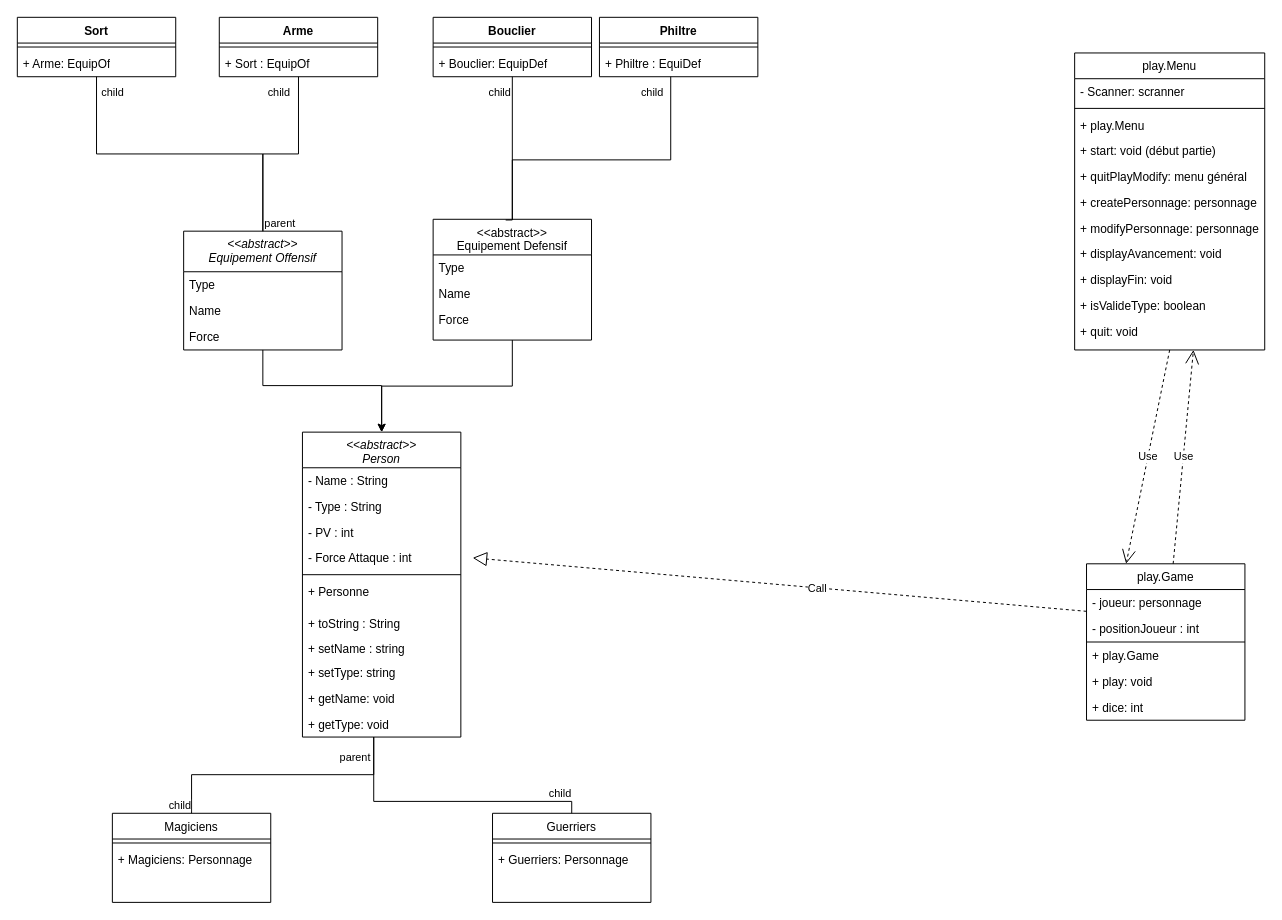
Before: Diagramme sans nom.drawio in Riquet-C/Donjon-Dragons, a draw.io diagram. Source tidied: cells renumbered, new cells numbered last; positions are measured from the earlier drawing's top-left corner, leaving out a move shared by most shapes. Both pictures are drawn from the tidied source at 99%, with x=0, y=0 at pixel (17, 17).
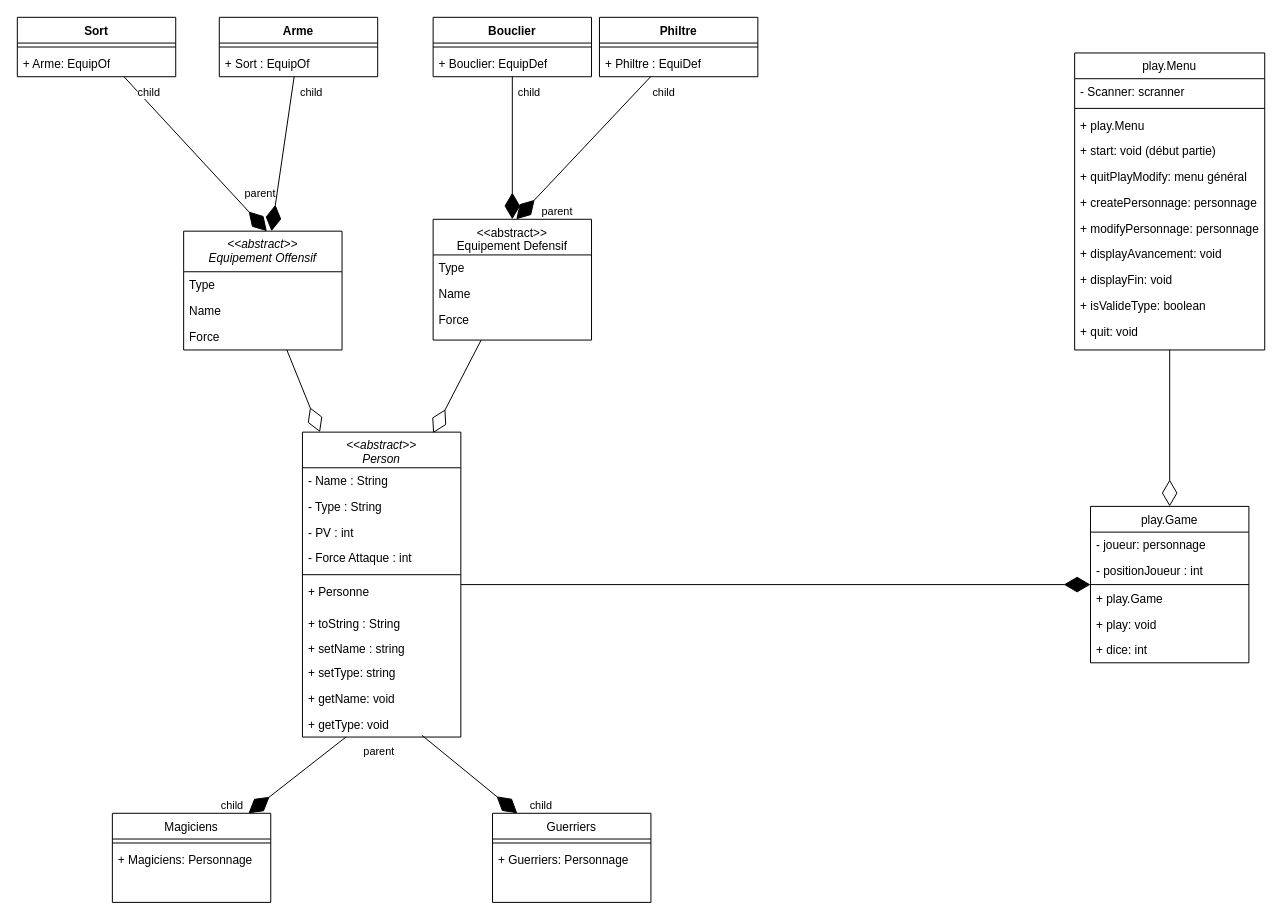
After the change.

Commit message:
Mettre à jour Diagramme sans nom.drawio

The change refers to these unchanged cells:
```xml
<mxCell id="2" value="&lt;&lt;abstract&gt;&gt;&#10;Person" style="swimlane;fontStyle=2;align=center;verticalAlign=top;horizontal=1;startSize=36;rounded=0;shadow=0;strokeWidth=1;" parent="1" vertex="1">
  <mxGeometry x="288" y="419" width="160" height="308" as="geometry" />
</mxCell>
<mxCell id="13" value="+ getType: void" style="text;align=left;verticalAlign=top;spacingLeft=4;spacingRight=4;overflow=hidden;points=[[0,0.5],[1,0.5]];portConstraint=eastwest;" parent="2" vertex="1">
  <mxGeometry y="282" width="160" height="26" as="geometry" />
</mxCell>
<mxCell id="14" value="Magiciens" style="swimlane;fontStyle=0;align=center;verticalAlign=top;horizontal=1;startSize=26;rounded=0;shadow=0;strokeWidth=1;" parent="1" vertex="1">
  <mxGeometry x="96" y="804" width="160" height="90" as="geometry" />
</mxCell>
<mxCell id="17" value="Guerriers" style="swimlane;fontStyle=0;align=center;verticalAlign=top;horizontal=1;startSize=26;rounded=0;shadow=0;strokeWidth=1;" parent="1" vertex="1">
  <mxGeometry x="480" y="804" width="160" height="90" as="geometry" />
</mxCell>
<mxCell id="20" value="&lt;&lt;abstract&gt;&gt;&#10;Equipement Offensif" style="swimlane;fontStyle=2;align=center;verticalAlign=top;horizontal=1;startSize=41;rounded=0;shadow=0;strokeWidth=1;swimlaneLine=1;fillStyle=auto;" parent="1" vertex="1">
  <mxGeometry x="168" y="216" width="160" height="120" as="geometry" />
</mxCell>
<mxCell id="25" value="&lt;&lt;abstract&gt;&gt;&#10;Equipement Defensif" style="swimlane;fontStyle=0;align=center;verticalAlign=top;horizontal=1;startSize=36;rounded=0;shadow=0;strokeWidth=1;" parent="1" vertex="1">
  <mxGeometry x="420" y="204" width="160" height="122" as="geometry" />
</mxCell>
<mxCell id="29" value="play.Menu" style="swimlane;fontStyle=0;align=center;verticalAlign=top;horizontal=1;startSize=26;rounded=0;shadow=0;strokeWidth=1;" parent="1" vertex="1">
  <mxGeometry x="1068" y="36" width="192" height="300" as="geometry" />
</mxCell>
<mxCell id="42" value="- joueur: personnage" style="text;align=left;verticalAlign=top;spacingLeft=4;spacingRight=4;overflow=hidden;points=[[0,0.5],[1,0.5]];portConstraint=eastwest;" parent="41" vertex="1">
  <mxGeometry y="26" width="160" height="26" as="geometry" />
</mxCell>
<mxCell id="48" value="Arme" style="swimlane;fontStyle=1;align=center;verticalAlign=top;horizontal=1;startSize=26;whiteSpace=wrap;html=1;" parent="1" vertex="1">
  <mxGeometry x="204" width="160" height="60" as="geometry" />
</mxCell>
<mxCell id="51" value="Sort" style="swimlane;fontStyle=1;align=center;verticalAlign=top;horizontal=1;startSize=26;whiteSpace=wrap;html=1;" parent="1" vertex="1">
  <mxGeometry width="160" height="60" as="geometry" />
</mxCell>
<mxCell id="54" value="Philtre" style="swimlane;fontStyle=1;align=center;verticalAlign=top;horizontal=1;startSize=26;whiteSpace=wrap;html=1;" parent="1" vertex="1">
  <mxGeometry x="588" width="160" height="60" as="geometry" />
</mxCell>
<mxCell id="57" value="Bouclier" style="swimlane;fontStyle=1;align=center;verticalAlign=top;horizontal=1;startSize=26;whiteSpace=wrap;html=1;" parent="1" vertex="1">
  <mxGeometry x="420" width="160" height="60" as="geometry" />
</mxCell>
```

The edit, as a diff of the source:
```diff
@@
-    <mxCell id="24" style="edgeStyle=orthogonalEdgeStyle;rounded=0;jettySize=auto;html=1;entryX=0.5;entryY=0;entryDx=0;entryDy=0;" parent="1" edge="1" source="25" target="2">
-      <mxGeometry relative="1" as="geometry" />
-    </mxCell>
@@
     <mxCell id="41" value="play.Game" style="swimlane;fontStyle=0;align=center;verticalAlign=top;horizontal=1;startSize=26;rounded=0;shadow=0;strokeWidth=1;" parent="1" vertex="1">
-      <mxGeometry x="1080" y="552" width="160" height="158" as="geometry" />
+      <mxGeometry x="1084" y="494" width="160" height="158" as="geometry" />
     </mxCell>
@@
-    <mxCell id="60" style="endArrow=none;html=1;edgeStyle=orthogonalEdgeStyle;rounded=0;exitX=0.458;exitY=0.006;exitDx=0;exitDy=0;exitPerimeter=0;" parent="1" edge="1" source="25" target="57">
-      <mxGeometry relative="1" as="geometry">
-        <Array as="points">
-          <mxPoint x="500" y="205" />
-        </Array>
-      </mxGeometry>
-    </mxCell>
-    <mxCell id="61" value="child" style="edgeLabel;html=1;align=right;verticalAlign=bottom;" parent="60" vertex="1">
-      <mxGeometry x="1" relative="1" as="geometry">
-        <mxPoint x="-1" y="24" as="offset" />
-      </mxGeometry>
-    </mxCell>
+    <mxCell id="79" style="endArrow=diamondThin;endFill=1;endSize=24;html=1;rounded=0;" parent="1" edge="1" source="2" target="41">
+      <mxGeometry relative="1" as="geometry" />
+    </mxCell>
+    <mxCell id="75" style="endArrow=diamondThin;endFill=0;endSize=24;html=1;rounded=0;entryX=0.5;entryY=0;entryDx=0;entryDy=0;" parent="1" edge="1" source="29" target="41">
+      <mxGeometry relative="1" as="geometry" />
+    </mxCell>
-    <mxCell id="62" style="edgeStyle=orthogonalEdgeStyle;rounded=0;jettySize=auto;html=1;entryX=0.5;entryY=0;entryDx=0;entryDy=0;exitX=0.5;exitY=1;exitDx=0;exitDy=0;" parent="1" edge="1" source="20" target="2">
-      <mxGeometry relative="1" as="geometry">
-        <Array as="points">
-          <mxPoint x="248" y="372" />
-          <mxPoint x="368" y="372" />
-        </Array>
-      </mxGeometry>
+    <mxCell id="62" style="endArrow=diamondThin;endFill=0;endSize=24;html=1;rounded=0;" parent="1" edge="1" source="20" target="2">
+      <mxGeometry relative="1" as="geometry" />
     </mxCell>
-    <mxCell id="63" style="endArrow=none;html=1;edgeStyle=orthogonalEdgeStyle;rounded=0;" parent="1" edge="1" source="25" target="54">
-      <mxGeometry relative="1" as="geometry">
-        <Array as="points">
-          <mxPoint x="500" y="144" />
-          <mxPoint x="660" y="144" />
-        </Array>
-      </mxGeometry>
-    </mxCell>
-    <mxCell id="64" value="child" style="edgeLabel;html=1;align=right;verticalAlign=bottom;" parent="63" vertex="1">
-      <mxGeometry x="1" relative="1" as="geometry">
-        <mxPoint x="-7" y="24" as="offset" />
-      </mxGeometry>
-    </mxCell>
-    <mxCell id="65" style="endArrow=none;html=1;edgeStyle=orthogonalEdgeStyle;rounded=0;exitX=0.5;exitY=0;exitDx=0;exitDy=0;" parent="1" edge="1" source="20" target="51">
-      <mxGeometry relative="1" as="geometry" />
-    </mxCell>
-    <mxCell id="66" value="parent" style="edgeLabel;html=1;align=left;verticalAlign=bottom;" parent="65" vertex="1">
-      <mxGeometry x="-1" relative="1" as="geometry" />
-    </mxCell>
-    <mxCell id="67" value="child" style="edgeLabel;html=1;align=right;verticalAlign=bottom;" parent="65" vertex="1">
-      <mxGeometry x="1" relative="1" as="geometry">
-        <mxPoint x="28" y="24" as="offset" />
-      </mxGeometry>
-    </mxCell>
-    <mxCell id="68" style="endArrow=none;html=1;edgeStyle=orthogonalEdgeStyle;rounded=0;exitX=0.5;exitY=0;exitDx=0;exitDy=0;" parent="1" edge="1" source="20" target="48">
-      <mxGeometry relative="1" as="geometry" />
-    </mxCell>
-    <mxCell id="69" value="child" style="edgeLabel;html=1;align=right;verticalAlign=bottom;" parent="68" vertex="1">
-      <mxGeometry x="1" relative="1" as="geometry">
-        <mxPoint x="-8" y="24" as="offset" />
-      </mxGeometry>
-    </mxCell>
-    <mxCell id="70" style="endArrow=none;html=1;edgeStyle=orthogonalEdgeStyle;rounded=0;" parent="1" edge="1" source="2" target="17">
-      <mxGeometry relative="1" as="geometry">
-        <Array as="points">
-          <mxPoint x="360" y="792" />
-          <mxPoint x="560" y="792" />
-        </Array>
-      </mxGeometry>
-    </mxCell>
-    <mxCell id="71" value="child" style="edgeLabel;html=1;align=right;verticalAlign=bottom;" parent="70" vertex="1">
-      <mxGeometry x="1" relative="1" as="geometry">
-        <mxPoint y="-12" as="offset" />
-      </mxGeometry>
-    </mxCell>
+    <mxCell id="24" style="endArrow=diamondThin;endFill=0;endSize=24;html=1;rounded=0;entryX=0.825;entryY=0.003;entryDx=0;entryDy=0;entryPerimeter=0;" parent="1" edge="1" source="25" target="2">
+      <mxGeometry relative="1" as="geometry" />
+    </mxCell>
+    <mxCell id="80" value="parent" style="edgeLabel;html=1;align=left;verticalAlign=bottom;" parent="1" vertex="1">
+      <mxGeometry x="528" y="204" as="geometry" />
+    </mxCell>
+    <mxCell id="81" style="endArrow=diamondThin;endFill=1;endSize=24;html=1;rounded=0;entryX=0.5;entryY=0;entryDx=0;entryDy=0;" parent="1" edge="1" source="57" target="25">
+      <mxGeometry relative="1" as="geometry" />
+    </mxCell>
+    <mxCell id="82" style="endArrow=diamondThin;endFill=1;endSize=24;html=1;rounded=0;" parent="1" edge="1" source="54">
+      <mxGeometry relative="1" as="geometry">
+        <mxPoint x="504" y="204" as="targetPoint" />
+      </mxGeometry>
+    </mxCell>
+    <mxCell id="83" value="child" style="edgeLabel;html=1;align=left;verticalAlign=bottom;" parent="1" vertex="1">
+      <mxGeometry x="640" y="84" as="geometry" />
+    </mxCell>
+    <mxCell id="84" value="child" style="edgeLabel;html=1;align=left;verticalAlign=bottom;" parent="1" vertex="1">
+      <mxGeometry x="504" y="84" as="geometry" />
+    </mxCell>
+    <mxCell id="85" style="endArrow=diamondThin;endFill=1;endSize=24;html=1;rounded=0;" parent="1" edge="1" source="48" target="20">
+      <mxGeometry relative="1" as="geometry" />
+    </mxCell>
+    <mxCell id="86" style="endArrow=diamondThin;endFill=1;endSize=24;html=1;rounded=0;entryX=0.525;entryY=0;entryDx=0;entryDy=0;entryPerimeter=0;" parent="1" edge="1" source="51" target="20">
+      <mxGeometry relative="1" as="geometry" />
+    </mxCell>
+    <mxCell id="87" value="child" style="edgeLabel;html=1;align=left;verticalAlign=bottom;" parent="1" vertex="1">
+      <mxGeometry x="284" y="84" as="geometry" />
+    </mxCell>
+    <mxCell id="88" value="child" style="edgeLabel;html=1;align=left;verticalAlign=bottom;" parent="1" vertex="1">
+      <mxGeometry x="120" y="84" as="geometry" />
+    </mxCell>
+    <mxCell id="89" value="parent" style="edgeLabel;html=1;align=left;verticalAlign=bottom;" parent="1" vertex="1">
+      <mxGeometry x="228" y="186" as="geometry" />
+    </mxCell>
+    <mxCell id="90" style="endArrow=diamondThin;endFill=1;endSize=24;html=1;rounded=0;exitX=0.754;exitY=0.93;exitDx=0;exitDy=0;exitPerimeter=0;" parent="1" edge="1" source="13" target="17">
+      <mxGeometry relative="1" as="geometry" />
+    </mxCell>
-    <mxCell id="72" style="endArrow=none;html=1;edgeStyle=orthogonalEdgeStyle;rounded=0;" parent="1" edge="1" source="13" target="14">
-      <mxGeometry relative="1" as="geometry">
-        <Array as="points">
-          <mxPoint x="360" y="765" />
-          <mxPoint x="176" y="765" />
-        </Array>
-      </mxGeometry>
+    <mxCell id="72" style="endArrow=diamondThin;endFill=1;endSize=24;html=1;rounded=0;exitX=0.276;exitY=0.993;exitDx=0;exitDy=0;exitPerimeter=0;" parent="1" edge="1" source="13" target="14">
+      <mxGeometry relative="1" as="geometry" />
     </mxCell>
-    <mxCell id="73" value="parent" style="edgeLabel;html=1;align=left;verticalAlign=bottom;" parent="72" vertex="1">
-      <mxGeometry x="-1" relative="1" as="geometry">
-        <mxPoint x="-36" y="29" as="offset" />
-      </mxGeometry>
-    </mxCell>
-    <mxCell id="74" value="child" style="edgeLabel;html=1;align=right;verticalAlign=bottom;" parent="72" vertex="1">
-      <mxGeometry x="1" relative="1" as="geometry" />
-    </mxCell>
-    <mxCell id="75" value="Use" style="endArrow=open;endSize=12;dashed=1;html=1;rounded=0;exitX=0.5;exitY=1;exitDx=0;exitDy=0;entryX=0.25;entryY=0;entryDx=0;entryDy=0;" parent="1" edge="1" source="29" target="41">
-      <mxGeometry relative="1" as="geometry" />
-    </mxCell>
-    <mxCell id="76" value="Use" style="endArrow=open;endSize=12;dashed=1;html=1;rounded=0;" parent="1" edge="1" source="41">
-      <mxGeometry relative="1" as="geometry">
-        <mxPoint x="1188" y="336" as="targetPoint" />
-      </mxGeometry>
-    </mxCell>
-    <mxCell id="77" style="endArrow=block;dashed=1;endFill=0;endSize=12;html=1;rounded=0;exitX=0;exitY=0.846;exitDx=0;exitDy=0;exitPerimeter=0;" parent="1" edge="1" source="42">
-      <mxGeometry relative="1" as="geometry">
-        <mxPoint x="460" y="546" as="targetPoint" />
-      </mxGeometry>
-    </mxCell>
-    <mxCell id="78" value="Call" style="edgeLabel;html=1;align=center;verticalAlign=middle;" parent="77" vertex="1">
-      <mxGeometry x="-0.12" relative="1" as="geometry" />
-    </mxCell>
+    <mxCell id="91" value="child" style="edgeLabel;html=1;align=left;verticalAlign=bottom;" parent="1" vertex="1">
+      <mxGeometry x="516" y="804" as="geometry" />
+    </mxCell>
+    <mxCell id="92" value="child" style="edgeLabel;html=1;align=left;verticalAlign=bottom;" parent="1" vertex="1">
+      <mxGeometry x="204" y="804" as="geometry" />
+    </mxCell>
+    <mxCell id="93" value="parent" style="edgeLabel;html=1;align=left;verticalAlign=bottom;" parent="1" vertex="1">
+      <mxGeometry x="348" y="750" as="geometry" />
+    </mxCell>
```
